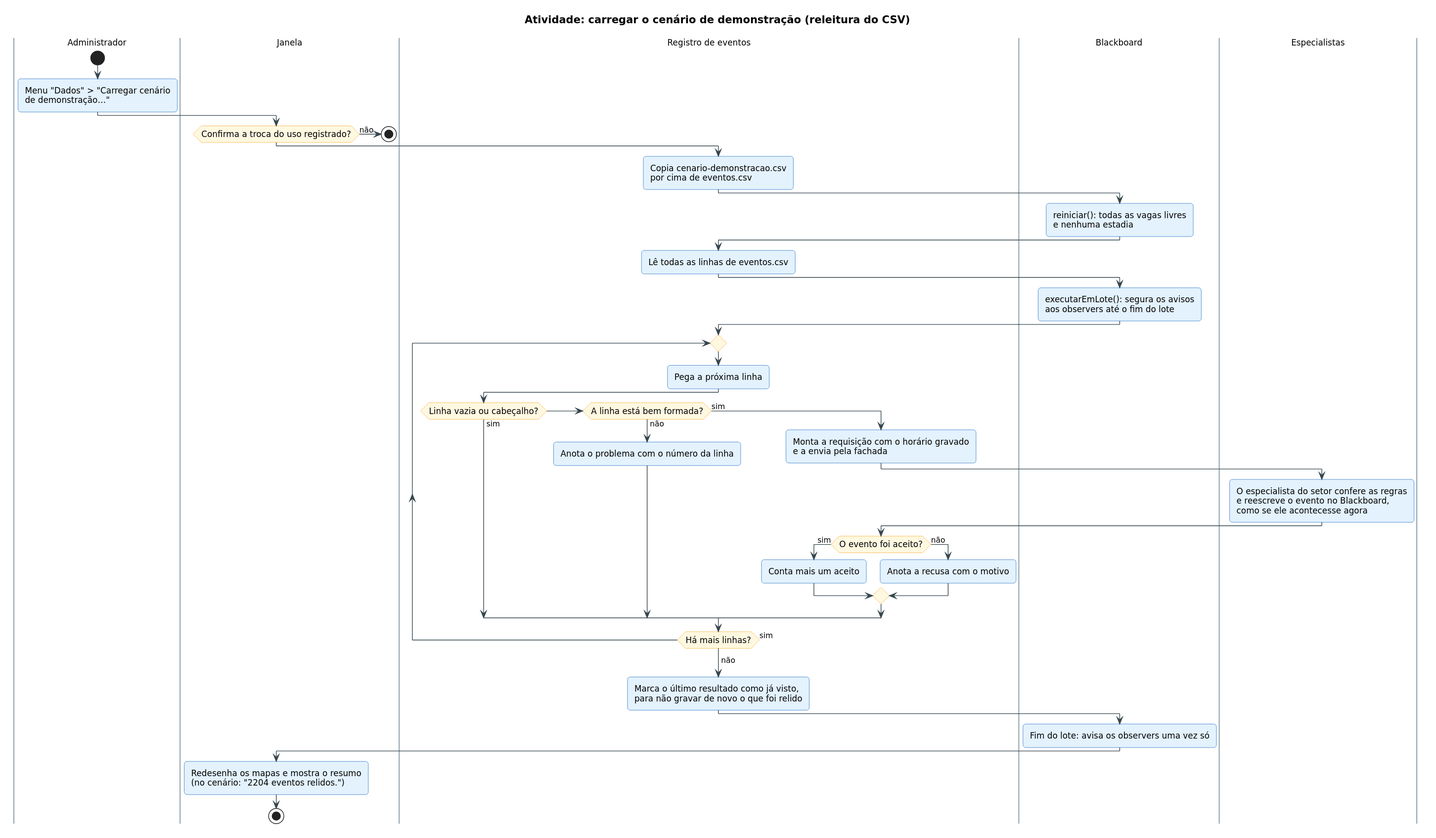
MatheusKubrusly/caderno-de-estudos keeps this PlantUML diagram as faculdade/arquitetura-e-padroes-de-software/atividades_para_entregar/trabalho_final/descricao-arquitetural/diagramas/atividade-carregar-cenario.svg. Above is the earlier version. The source it was exported from:
```plantuml
@startuml
!include estilo.iuml
title Atividade: carregar o cenário de demonstração (releitura do CSV)

|Administrador|
start
:Menu "Dados" > "Carregar cenário
de demonstração…";
|Janela|
if (Confirma a troca do uso registrado?) then (não)
  stop
endif
|Registro de eventos|
:Copia cenario-demonstracao.csv
por cima de eventos.csv;
|Blackboard|
:reiniciar(): todas as vagas livres
e nenhuma estadia;
|Registro de eventos|
:Lê todas as linhas de eventos.csv;
|Blackboard|
:executarEmLote(): segura os avisos
aos observers até o fim do lote;
|Registro de eventos|
repeat
  :Pega a próxima linha;
  if (Linha vazia ou cabeçalho?) then (sim)
  elseif (A linha está bem formada?) then (não)
    :Anota o problema com o número da linha;
  else (sim)
    :Monta a requisição com o horário gravado
    e a envia pela fachada;
    |Especialistas|
    :O especialista do setor confere as regras
    e reescreve o evento no Blackboard,
    como se ele acontecesse agora;
    |Registro de eventos|
    if (O evento foi aceito?) then (sim)
      :Conta mais um aceito;
    else (não)
      :Anota a recusa com o motivo;
    endif
  endif
repeat while (Há mais linhas?) is (sim)
->não;
:Marca o último resultado como já visto,
para não gravar de novo o que foi relido;
|Blackboard|
:Fim do lote: avisa os observers uma vez só;
|Janela|
:Redesenha os mapas e mostra o resumo
(no cenário: "2204 eventos relidos.");
stop
@enduml
```
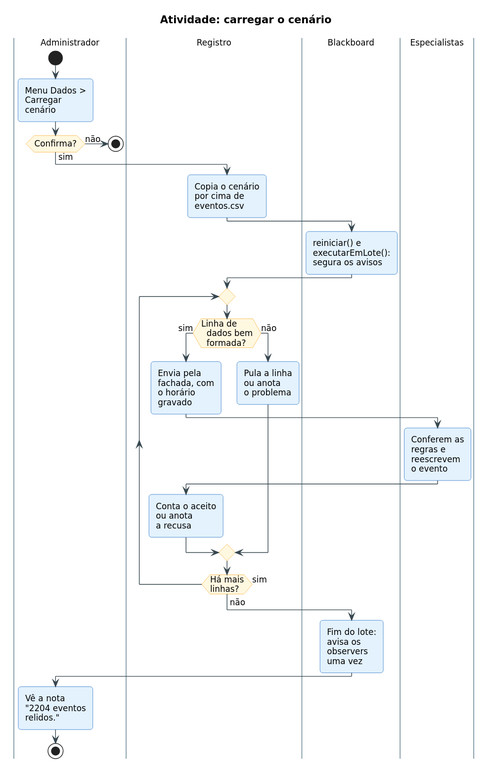
The same diagram one commit later.

What changed in the source:
```diff
@@ -1,54 +1,58 @@
 @startuml
 !include estilo.iuml
-title Atividade: carregar o cenário de demonstração (releitura do CSV)
+title Atividade: carregar o cenário
 
 |Administrador|
 start
-:Menu "Dados" > "Carregar cenário
-de demonstração…";
-|Janela|
-if (Confirma a troca do uso registrado?) then (não)
+:Menu Dados >
+Carregar
+cenário;
+if (Confirma?) then (não)
   stop
+else (sim)
 endif
-|Registro de eventos|
-:Copia cenario-demonstracao.csv
-por cima de eventos.csv;
+|Registro|
+:Copia o cenário
+por cima de
+eventos.csv;
 |Blackboard|
-:reiniciar(): todas as vagas livres
-e nenhuma estadia;
-|Registro de eventos|
-:Lê todas as linhas de eventos.csv;
+:reiniciar() e
+executarEmLote():
+segura os avisos;
+|Registro|
+repeat
+  if (Linha de
+  dados bem
+  formada?) then (sim)
+    :Envia pela
+    fachada, com
+    o horário
+    gravado;
+    |Especialistas|
+    :Conferem as
+    regras e
+    reescrevem
+    o evento;
+    |Registro|
+    :Conta o aceito
+    ou anota
+    a recusa;
+  else (não)
+    :Pula a linha
+    ou anota
+    o problema;
+  endif
+repeat while (Há mais
+linhas?) is (sim)
+->não;
 |Blackboard|
-:executarEmLote(): segura os avisos
-aos observers até o fim do lote;
-|Registro de eventos|
-repeat
-  :Pega a próxima linha;
-  if (Linha vazia ou cabeçalho?) then (sim)
-  elseif (A linha está bem formada?) then (não)
-    :Anota o problema com o número da linha;
-  else (sim)
-    :Monta a requisição com o horário gravado
-    e a envia pela fachada;
-    |Especialistas|
-    :O especialista do setor confere as regras
-    e reescreve o evento no Blackboard,
-    como se ele acontecesse agora;
-    |Registro de eventos|
-    if (O evento foi aceito?) then (sim)
-      :Conta mais um aceito;
-    else (não)
-      :Anota a recusa com o motivo;
-    endif
-  endif
-repeat while (Há mais linhas?) is (sim)
-->não;
-:Marca o último resultado como já visto,
-para não gravar de novo o que foi relido;
-|Blackboard|
-:Fim do lote: avisa os observers uma vez só;
-|Janela|
-:Redesenha os mapas e mostra o resumo
-(no cenário: "2204 eventos relidos.");
+:Fim do lote:
+avisa os
+observers
+uma vez;
+|Administrador|
+:Vê a nota
+"2204 eventos
+relidos.";
 stop
 @enduml
```
